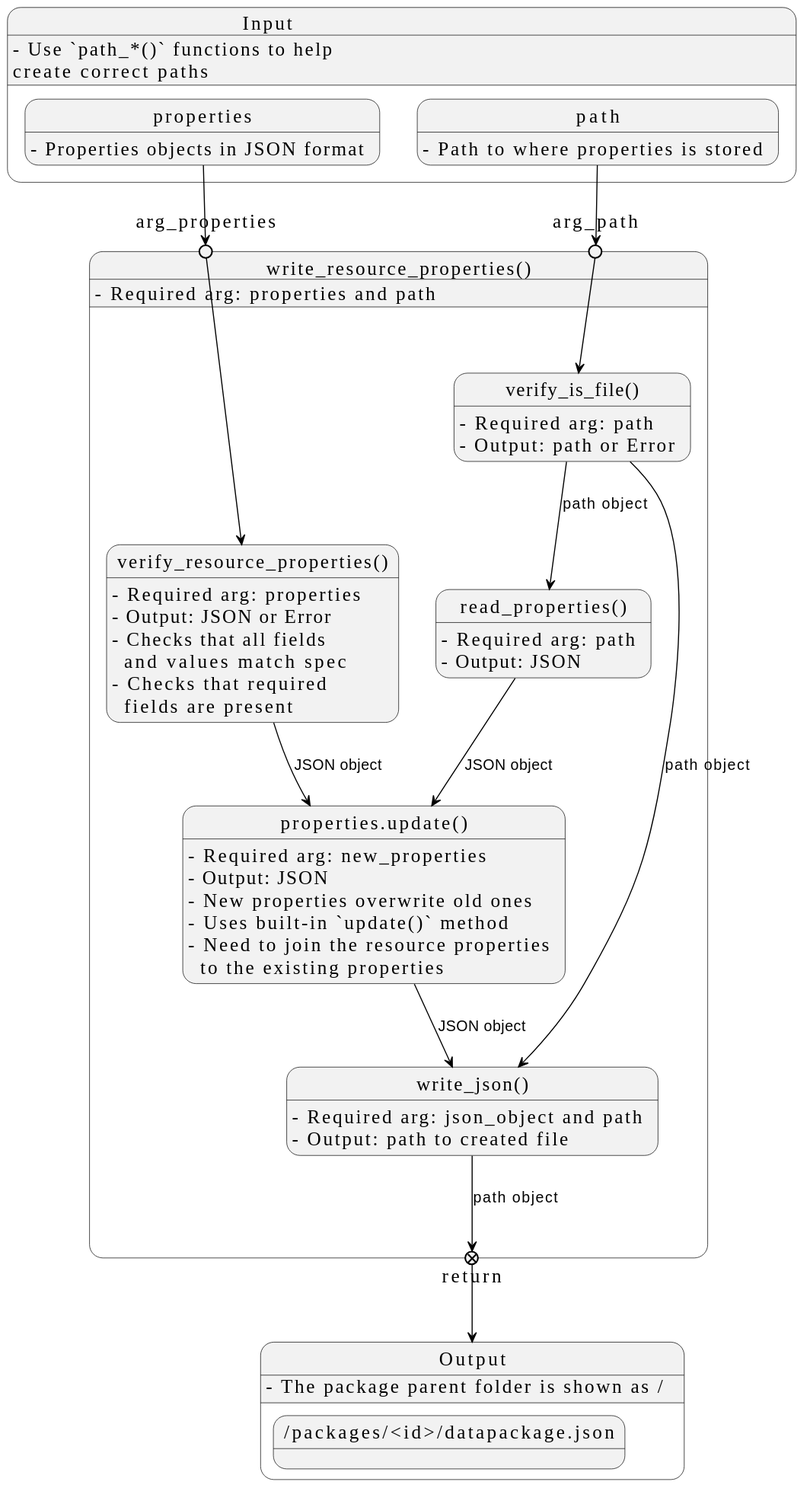
seedcase-project/seedcase-sprout keeps this PlantUML diagram as docs/design/interface/images/core/write-resource-properties.svg. Above is the earlier version.
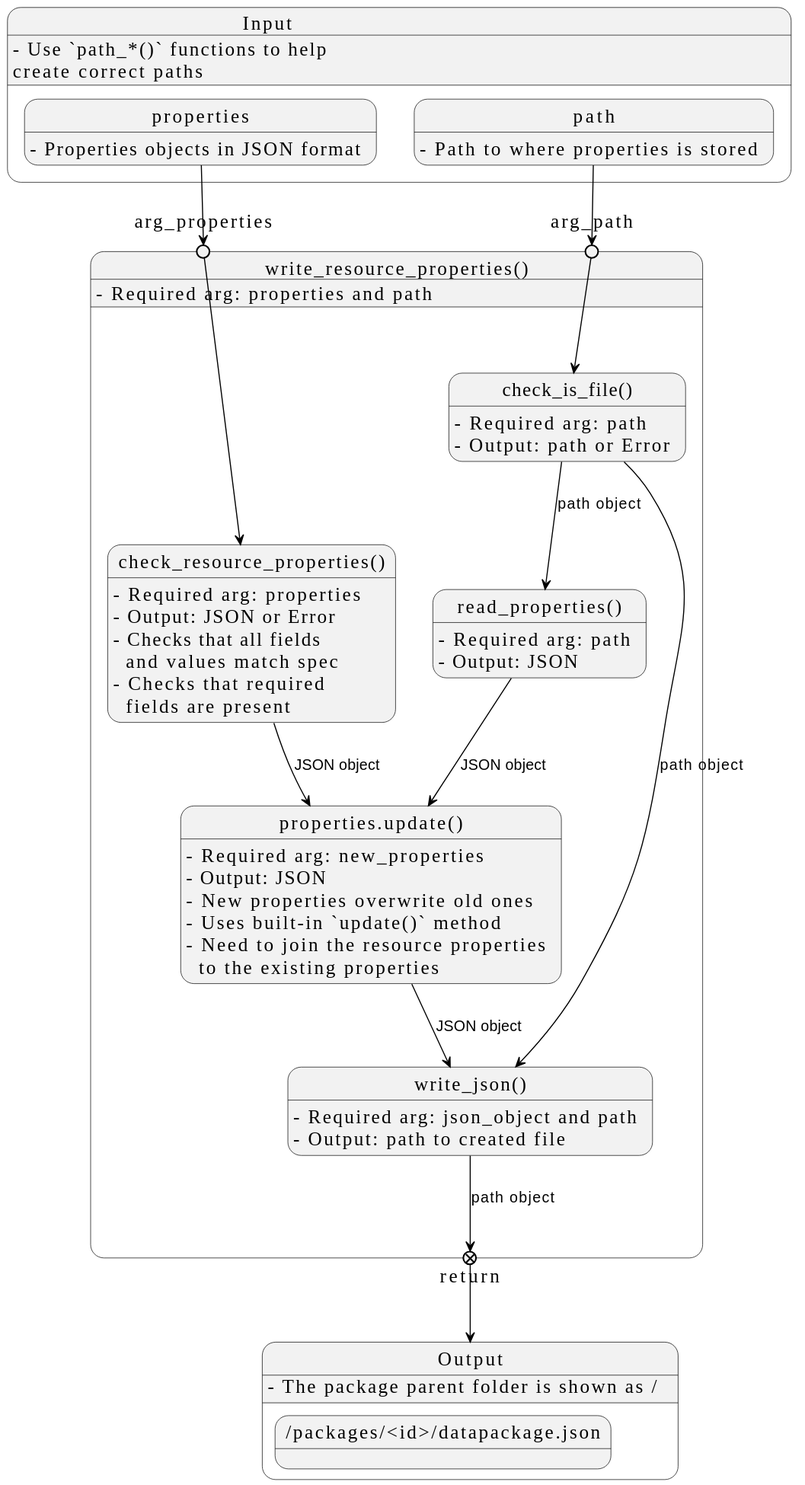
The same file after the commit.

Commit message:
refactor: :recycle: use check functions in write_resource_properties

The edit, as a diff of the source:
```diff
@@ -20,22 +20,22 @@
   properties --> arg_properties
   path --> arg_path
 
-  state "verify_resource_properties()" as vrp
-  vrp : - Required arg: properties
-  vrp : - Output: JSON or Error
-  vrp : - Checks that all fields\n  and values match spec
-  vrp : - Checks that required\n  fields are present
-  arg_properties --> vrp
+  state "check_resource_properties()" as crp
+  crp : - Required arg: properties
+  crp : - Output: JSON or Error
+  crp : - Checks that all fields\n  and values match spec
+  crp : - Checks that required\n  fields are present
+  arg_properties --> crp
 
-  state "verify_is_file()" as vif
-  vif : - Required arg: path
-  vif : - Output: path or Error
-  arg_path --> vif
+  state "check_is_file()" as cif
+  cif : - Required arg: path
+  cif : - Output: path or Error
+  arg_path --> cif
 
   state "read_properties()" as rp
   rp : - Required arg: path
   rp : - Output: JSON
-  vif --> rp : path object
+  cif --> rp : path object
 
   state "properties.update()" as jp
   jp : - Required arg: new_properties
@@ -44,13 +44,13 @@
   jp : - Uses built-in `update()` method
   jp : - Need to join the resource properties\n  to the existing properties
   rp --> jp : JSON object
-  vrp --> jp : JSON object
+  crp --> jp : JSON object
 
   state "write_json()" as wj
   wj : - Required arg: json_object and path
   wj : - Output: path to created file
   jp --> wj : JSON object
-  vif --> wj : path object
+  cif --> wj : path object
 
   state return <<exitPoint>>
   wj --> return : path object
```
